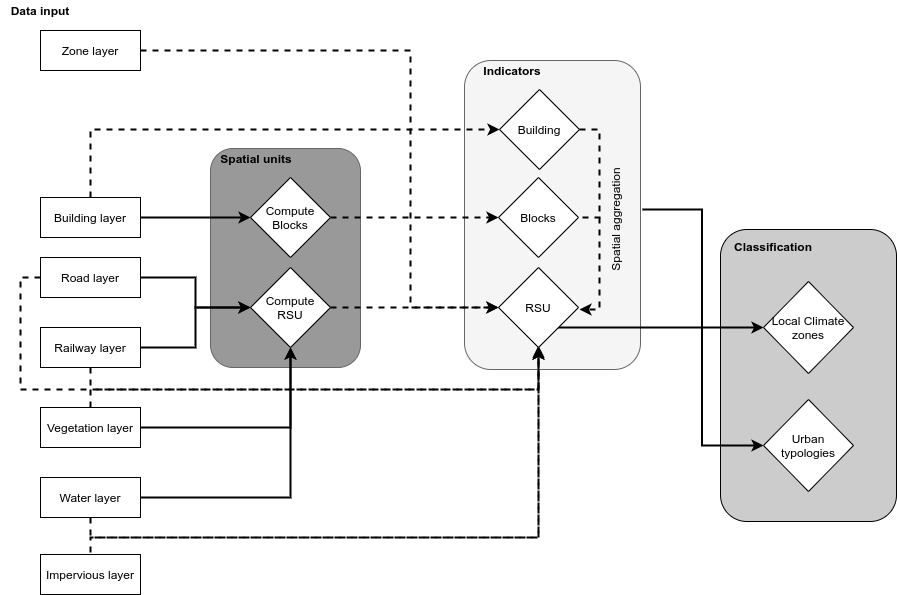
Before: docs/resources/images/geoclimate_processing_steps.png, a diagram exported from draw.io (orbisgis/geoclimate). Source tidied: cells renumbered, new cells last; positions are measured from the earlier drawing's top-left corner, leaving out a move shared by most shapes.
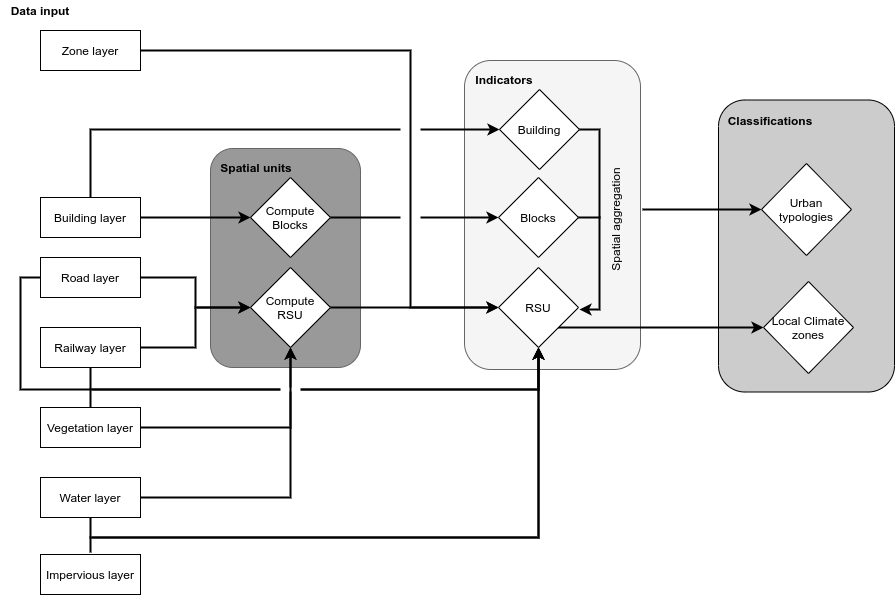
The same diagram one commit later.

Diff of the diagram source:
```diff
@@ -3,7 +3,7 @@
     <mxCell id="0" />
     <mxCell id="1" parent="0" />
     <mxCell id="2" style="rounded=1;whiteSpace=wrap;html=1;fillColor=#CCCCCC;" parent="1" vertex="1">
-      <mxGeometry x="720" y="229" width="176" height="292" as="geometry" />
+      <mxGeometry x="718" y="99.5" width="176" height="292" as="geometry" />
     </mxCell>
     <mxCell id="3" style="rounded=1;whiteSpace=wrap;html=1;fillColor=#f5f5f5;strokeColor=#666666;fontColor=#333333;" parent="1" vertex="1">
       <mxGeometry x="464" y="60" width="176" height="309" as="geometry" />
@@ -11,13 +11,13 @@
     <mxCell id="4" style="rounded=1;whiteSpace=wrap;html=1;strokeColor=#666666;fontColor=#333333;fillColor=#999999;" parent="1" vertex="1">
       <mxGeometry x="210" y="148" width="150" height="219" as="geometry" />
     </mxCell>
-    <mxCell id="5" style="edgeStyle=orthogonalEdgeStyle;rounded=0;jettySize=auto;html=1;exitX=1;exitY=0.5;exitDx=0;exitDy=0;strokeWidth=2;dashed=1;" parent="1" edge="1" source="6" target="30">
+    <mxCell id="5" style="edgeStyle=orthogonalEdgeStyle;rounded=0;jettySize=auto;html=1;exitX=1;exitY=0.5;exitDx=0;exitDy=0;strokeWidth=2;" parent="1" edge="1" source="6" target="30">
       <mxGeometry relative="1" as="geometry" />
     </mxCell>
     <mxCell id="6" value="Compute&lt;br&gt;Blocks" style="rhombus;whiteSpace=wrap;html=1;" parent="1" vertex="1">
       <mxGeometry x="250" y="177" width="80" height="80" as="geometry" />
     </mxCell>
-    <mxCell id="7" style="edgeStyle=orthogonalEdgeStyle;rounded=0;jettySize=auto;html=1;exitX=1;exitY=0.5;exitDx=0;exitDy=0;dashed=1;strokeWidth=2;" parent="1" edge="1" source="8" target="33">
+    <mxCell id="7" style="edgeStyle=orthogonalEdgeStyle;rounded=0;jettySize=auto;html=1;exitX=1;exitY=0.5;exitDx=0;exitDy=0;strokeWidth=2;" parent="1" edge="1" source="8" target="33">
       <mxGeometry relative="1" as="geometry" />
     </mxCell>
     <mxCell id="8" value="Compute&lt;br&gt;RSU" style="rhombus;whiteSpace=wrap;html=1;" parent="1" vertex="1">
@@ -26,7 +26,7 @@
     <mxCell id="9" style="edgeStyle=none;rounded=0;jettySize=auto;html=1;exitX=1;exitY=0.5;exitDx=0;exitDy=0;entryX=0;entryY=0.5;entryDx=0;entryDy=0;strokeWidth=2;" parent="1" edge="1" source="11" target="6">
       <mxGeometry relative="1" as="geometry" />
     </mxCell>
-    <mxCell id="10" style="edgeStyle=orthogonalEdgeStyle;rounded=0;jettySize=auto;html=1;exitX=0.5;exitY=0;exitDx=0;exitDy=0;entryX=0;entryY=0.5;entryDx=0;entryDy=0;fillColor=#f5f5f5;strokeWidth=2;dashed=1;" parent="1" edge="1" source="11" target="27">
+    <mxCell id="10" style="edgeStyle=orthogonalEdgeStyle;rounded=0;jettySize=auto;html=1;exitX=0.5;exitY=0;exitDx=0;exitDy=0;entryX=0;entryY=0.5;entryDx=0;entryDy=0;fillColor=#f5f5f5;strokeWidth=2;" parent="1" edge="1" source="11" target="27">
       <mxGeometry relative="1" as="geometry" />
     </mxCell>
     <mxCell id="11" value="Building layer" style="rounded=0;whiteSpace=wrap;html=1;" parent="1" vertex="1">
@@ -35,7 +35,7 @@
     <mxCell id="12" style="edgeStyle=orthogonalEdgeStyle;rounded=0;jettySize=auto;html=1;exitX=1;exitY=0.5;exitDx=0;exitDy=0;strokeWidth=2;" parent="1" edge="1" source="14" target="8">
       <mxGeometry relative="1" as="geometry" />
     </mxCell>
-    <mxCell id="13" style="edgeStyle=orthogonalEdgeStyle;rounded=0;jettySize=auto;html=1;exitX=0;exitY=0.5;exitDx=0;exitDy=0;entryX=0.5;entryY=1;entryDx=0;entryDy=0;strokeWidth=2;fillColor=#f5f5f5;dashed=1;" parent="1" edge="1" source="14" target="33">
+    <mxCell id="13" style="edgeStyle=orthogonalEdgeStyle;rounded=0;jettySize=auto;html=1;exitX=0;exitY=0.5;exitDx=0;exitDy=0;entryX=0.5;entryY=1;entryDx=0;entryDy=0;strokeWidth=2;fillColor=#f5f5f5;" parent="1" edge="1" source="14" target="33">
       <mxGeometry relative="1" as="geometry">
         <Array as="points">
           <mxPoint x="20" y="277" />
@@ -50,7 +50,7 @@
     <mxCell id="15" style="edgeStyle=orthogonalEdgeStyle;rounded=0;jettySize=auto;html=1;exitX=1;exitY=0.5;exitDx=0;exitDy=0;strokeWidth=2;" parent="1" edge="1" source="17" target="8">
       <mxGeometry relative="1" as="geometry" />
     </mxCell>
-    <mxCell id="16" style="edgeStyle=none;rounded=0;jettySize=auto;html=1;exitX=0.5;exitY=1;exitDx=0;exitDy=0;dashed=1;strokeColor=#000000;strokeWidth=2;startArrow=none;startFill=0;endArrow=none;endFill=0;" parent="1" edge="1" source="17">
+    <mxCell id="16" style="edgeStyle=none;rounded=0;jettySize=auto;html=1;exitX=0.5;exitY=1;exitDx=0;exitDy=0;strokeColor=#000000;strokeWidth=2;startArrow=none;startFill=0;endArrow=none;endFill=0;" parent="1" edge="1" source="17">
       <mxGeometry relative="1" as="geometry">
         <mxPoint x="90" y="389" as="targetPoint" />
       </mxGeometry>
@@ -61,10 +61,9 @@
     <mxCell id="18" style="edgeStyle=orthogonalEdgeStyle;rounded=0;jettySize=auto;html=1;exitX=1;exitY=0.5;exitDx=0;exitDy=0;entryX=0.5;entryY=1;entryDx=0;entryDy=0;strokeWidth=2;" parent="1" edge="1" source="20" target="8">
       <mxGeometry relative="1" as="geometry" />
     </mxCell>
-    <mxCell id="19" style="edgeStyle=orthogonalEdgeStyle;rounded=0;orthogonalLoop=1;jettySize=auto;html=1;exitX=0.5;exitY=0;exitDx=0;exitDy=0;dashed=1;strokeColor=#000000;strokeWidth=2;" parent="1" edge="1">
+    <mxCell id="19" style="edgeStyle=orthogonalEdgeStyle;rounded=0;jettySize=auto;html=1;exitX=0.5;exitY=0;exitDx=0;exitDy=0;strokeColor=#000000;strokeWidth=2;entryX=0.5;entryY=1;entryDx=0;entryDy=0;" parent="1" edge="1" target="33">
       <mxGeometry relative="1" as="geometry">
         <mxPoint x="90" y="407" as="sourcePoint" />
-        <mxPoint x="538" y="347" as="targetPoint" />
         <Array as="points">
           <mxPoint x="90" y="389" />
           <mxPoint x="538" y="389" />
@@ -74,24 +73,15 @@
     <mxCell id="20" value="Vegetation layer" style="rounded=0;whiteSpace=wrap;html=1;" parent="1" vertex="1">
       <mxGeometry x="40" y="407" width="100" height="40" as="geometry" />
     </mxCell>
-    <mxCell id="21" style="edgeStyle=orthogonalEdgeStyle;rounded=0;jettySize=auto;html=1;exitX=1;exitY=0.5;exitDx=0;exitDy=0;strokeWidth=2;" parent="1" edge="1" source="23">
-      <mxGeometry relative="1" as="geometry">
-        <mxPoint x="290" y="347" as="targetPoint" />
-        <Array as="points">
-          <mxPoint x="290" y="497" />
-        </Array>
-      </mxGeometry>
-    </mxCell>
-    <mxCell id="22" style="edgeStyle=orthogonalEdgeStyle;rounded=0;jettySize=auto;html=1;exitX=0.5;exitY=1;exitDx=0;exitDy=0;entryX=0.5;entryY=1;entryDx=0;entryDy=0;dashed=1;strokeColor=#000000;strokeWidth=2;" parent="1" edge="1" source="23" target="33">
+    <mxCell id="22" style="edgeStyle=orthogonalEdgeStyle;rounded=0;jettySize=auto;html=1;exitX=0.5;exitY=1;exitDx=0;exitDy=0;entryX=0.5;entryY=1;entryDx=0;entryDy=0;strokeColor=#000000;strokeWidth=2;" parent="1" edge="1" source="23" target="33">
       <mxGeometry relative="1" as="geometry" />
     </mxCell>
     <mxCell id="23" value="Water layer" style="rounded=0;whiteSpace=wrap;html=1;" parent="1" vertex="1">
       <mxGeometry x="40" y="477" width="100" height="40" as="geometry" />
     </mxCell>
-    <mxCell id="24" style="edgeStyle=orthogonalEdgeStyle;rounded=0;orthogonalLoop=1;jettySize=auto;html=1;exitX=0.5;exitY=0;exitDx=0;exitDy=0;entryX=0.5;entryY=1;entryDx=0;entryDy=0;dashed=1;strokeColor=#000000;strokeWidth=2;" parent="1" edge="1">
+    <mxCell id="24" style="edgeStyle=orthogonalEdgeStyle;rounded=0;jettySize=auto;html=1;exitX=0.5;exitY=0;exitDx=0;exitDy=0;entryX=0.5;entryY=1;entryDx=0;entryDy=0;strokeColor=#000000;strokeWidth=2;" parent="1" edge="1" target="33">
       <mxGeometry relative="1" as="geometry">
         <mxPoint x="90" y="552" as="sourcePoint" />
-        <mxPoint x="538" y="345" as="targetPoint" />
         <Array as="points">
           <mxPoint x="90" y="537" />
           <mxPoint x="538" y="537" />
@@ -101,7 +91,7 @@
     <mxCell id="25" value="Impervious layer" style="rounded=0;whiteSpace=wrap;html=1;" parent="1" vertex="1">
       <mxGeometry x="40" y="554" width="100" height="40" as="geometry" />
     </mxCell>
-    <mxCell id="26" style="edgeStyle=orthogonalEdgeStyle;rounded=0;jettySize=auto;html=1;exitX=1;exitY=0.5;exitDx=0;exitDy=0;strokeColor=#000000;strokeWidth=2;dashed=1;" parent="1" edge="1" source="27">
+    <mxCell id="26" style="edgeStyle=orthogonalEdgeStyle;rounded=0;jettySize=auto;html=1;exitX=1;exitY=0.5;exitDx=0;exitDy=0;strokeColor=#000000;strokeWidth=2;" parent="1" edge="1" source="27">
       <mxGeometry relative="1" as="geometry">
         <mxPoint x="579" y="309" as="targetPoint" />
         <Array as="points">
@@ -114,10 +104,10 @@
       <mxGeometry x="499" y="89" width="80" height="80" as="geometry" />
     </mxCell>
     <mxCell id="28" value="&lt;b&gt;Spatial units&lt;/b&gt;" style="text;html=1;strokeColor=none;fillColor=none;align=center;verticalAlign=middle;whiteSpace=wrap;rounded=0;" parent="1" vertex="1">
-      <mxGeometry x="216" y="148" width="80" height="20" as="geometry" />
+      <mxGeometry x="216" y="157" width="80" height="20" as="geometry" />
     </mxCell>
     <mxCell id="29" value="&lt;b&gt;Indicators&lt;/b&gt;" style="text;html=1;strokeColor=none;fillColor=none;align=center;verticalAlign=middle;whiteSpace=wrap;rounded=0;" parent="1" vertex="1">
-      <mxGeometry x="472" y="60" width="80" height="20" as="geometry" />
+      <mxGeometry x="464" y="69" width="80" height="20" as="geometry" />
     </mxCell>
     <mxCell id="30" value="Blocks" style="rhombus;whiteSpace=wrap;html=1;" parent="1" vertex="1">
       <mxGeometry x="498" y="177" width="80" height="80" as="geometry" />
@@ -131,7 +121,7 @@
     <mxCell id="33" value="RSU" style="rhombus;whiteSpace=wrap;html=1;" parent="1" vertex="1">
       <mxGeometry x="498" y="267" width="80" height="80" as="geometry" />
     </mxCell>
-    <mxCell id="34" style="edgeStyle=none;rounded=0;jettySize=auto;html=1;entryX=1;entryY=0.5;entryDx=0;entryDy=0;dashed=1;startArrow=none;startFill=0;endArrow=none;endFill=0;strokeColor=#000000;strokeWidth=2;" parent="1" edge="1" target="30">
+    <mxCell id="34" style="edgeStyle=none;rounded=0;jettySize=auto;html=1;entryX=1;entryY=0.5;entryDx=0;entryDy=0;startArrow=none;startFill=0;endArrow=none;endFill=0;strokeColor=#000000;strokeWidth=2;" parent="1" edge="1" target="30">
       <mxGeometry relative="1" as="geometry">
         <mxPoint x="600" y="217" as="sourcePoint" />
       </mxGeometry>
@@ -143,24 +133,92 @@
       <mxGeometry x="763" y="281" width="90" height="92" as="geometry" />
     </mxCell>
     <mxCell id="37" value="&lt;font style=&quot;font-size: 12px&quot;&gt;Urban&lt;br&gt;typologies&lt;br&gt;&lt;/font&gt;" style="rhombus;whiteSpace=wrap;html=1;" parent="1" vertex="1">
-      <mxGeometry x="763" y="399" width="90" height="92" as="geometry" />
+      <mxGeometry x="761" y="163" width="90" height="92" as="geometry" />
     </mxCell>
-    <mxCell id="38" value="&lt;b&gt;Classification&lt;/b&gt;" style="text;html=1;strokeColor=none;fillColor=none;align=center;verticalAlign=middle;whiteSpace=wrap;rounded=0;" parent="1" vertex="1">
-      <mxGeometry x="733" y="235.5" width="80" height="20" as="geometry" />
+    <mxCell id="38" value="&lt;b&gt;Classifications&lt;/b&gt;" style="text;html=1;strokeColor=none;fillColor=none;align=center;verticalAlign=middle;whiteSpace=wrap;rounded=0;" parent="1" vertex="1">
+      <mxGeometry x="730" y="110" width="80" height="20" as="geometry" />
     </mxCell>
-    <mxCell id="39" style="edgeStyle=orthogonalEdgeStyle;rounded=0;jettySize=auto;html=1;exitX=1;exitY=0.5;exitDx=0;exitDy=0;entryX=0;entryY=0.5;entryDx=0;entryDy=0;startArrow=none;startFill=0;endArrow=classic;endFill=1;strokeColor=#000000;strokeWidth=2;dashed=1;" parent="1" edge="1" source="40" target="33">
-      <mxGeometry relative="1" as="geometry">
-        <Array as="points">
-          <mxPoint x="410" y="50" />
-          <mxPoint x="410" y="307" />
-        </Array>
-      </mxGeometry>
-    </mxCell>
     <mxCell id="40" value="Zone layer" style="rounded=0;whiteSpace=wrap;html=1;" parent="1" vertex="1">
       <mxGeometry x="40" y="30" width="100" height="40" as="geometry" />
     </mxCell>
     <mxCell id="41" value="&lt;b&gt;Data input&lt;/b&gt;" style="text;html=1;strokeColor=none;fillColor=none;align=center;verticalAlign=middle;whiteSpace=wrap;rounded=0;" parent="1" vertex="1">
       <mxGeometry width="80" height="20" as="geometry" />
     </mxCell>
+    <mxCell id="42" style="endArrow=none;html=1;strokeWidth=4;fillColor=#f8cecc;strokeColor=#FFFFFF;" parent="1" edge="1">
+      <mxGeometry relative="1" as="geometry">
+        <mxPoint x="400" y="129" as="sourcePoint" />
+        <mxPoint x="410" y="129" as="targetPoint" />
+        <Array as="points">
+          <mxPoint x="400" y="129" />
+          <mxPoint x="410" y="129" />
+        </Array>
+      </mxGeometry>
+    </mxCell>
+    <mxCell id="43" style="endArrow=none;html=1;strokeWidth=4;fillColor=#f8cecc;strokeColor=#FFFFFF;" parent="1" edge="1">
+      <mxGeometry relative="1" as="geometry">
+        <mxPoint x="410" y="129" as="sourcePoint" />
+        <mxPoint x="420" y="129" as="targetPoint" />
+        <Array as="points">
+          <mxPoint x="410" y="129" />
+          <mxPoint x="420" y="129" />
+        </Array>
+      </mxGeometry>
+    </mxCell>
+    <mxCell id="44" style="endArrow=none;html=1;strokeWidth=4;fillColor=#f8cecc;strokeColor=#FFFFFF;" parent="1" edge="1">
+      <mxGeometry relative="1" as="geometry">
+        <mxPoint x="400" y="216.9" as="sourcePoint" />
+        <mxPoint x="410" y="216.9" as="targetPoint" />
+        <Array as="points">
+          <mxPoint x="400" y="216.9" />
+          <mxPoint x="410" y="216.9" />
+        </Array>
+      </mxGeometry>
+    </mxCell>
+    <mxCell id="45" style="endArrow=none;html=1;strokeWidth=4;fillColor=#f8cecc;strokeColor=#FFFFFF;" parent="1" edge="1">
+      <mxGeometry relative="1" as="geometry">
+        <mxPoint x="410" y="216.9" as="sourcePoint" />
+        <mxPoint x="420" y="216.9" as="targetPoint" />
+        <Array as="points">
+          <mxPoint x="410" y="216.9" />
+          <mxPoint x="420" y="216.9" />
+        </Array>
+      </mxGeometry>
+    </mxCell>
+    <mxCell id="39" style="edgeStyle=orthogonalEdgeStyle;rounded=0;jettySize=auto;html=1;exitX=1;exitY=0.5;exitDx=0;exitDy=0;entryX=0;entryY=0.5;entryDx=0;entryDy=0;startArrow=none;startFill=0;endArrow=classic;endFill=1;strokeColor=#000000;strokeWidth=2;" parent="1" edge="1" source="40" target="33">
+      <mxGeometry relative="1" as="geometry">
+        <Array as="points">
+          <mxPoint x="410" y="50" />
+          <mxPoint x="410" y="307" />
+        </Array>
+      </mxGeometry>
+    </mxCell>
+    <mxCell id="46" style="endArrow=none;html=1;strokeWidth=4;fillColor=#f8cecc;strokeColor=#FFFFFF;" parent="1" edge="1">
+      <mxGeometry relative="1" as="geometry">
+        <mxPoint x="280" y="389" as="sourcePoint" />
+        <mxPoint x="290" y="389" as="targetPoint" />
+        <Array as="points">
+          <mxPoint x="280" y="389" />
+          <mxPoint x="290" y="389" />
+        </Array>
+      </mxGeometry>
+    </mxCell>
+    <mxCell id="47" style="endArrow=none;html=1;strokeWidth=4;fillColor=#f8cecc;strokeColor=#FFFFFF;" parent="1" edge="1">
+      <mxGeometry relative="1" as="geometry">
+        <mxPoint x="290" y="389" as="sourcePoint" />
+        <mxPoint x="300" y="389" as="targetPoint" />
+        <Array as="points">
+          <mxPoint x="290" y="389" />
+          <mxPoint x="300" y="389" />
+        </Array>
+      </mxGeometry>
+    </mxCell>
+    <mxCell id="21" style="edgeStyle=orthogonalEdgeStyle;rounded=0;jettySize=auto;html=1;exitX=1;exitY=0.5;exitDx=0;exitDy=0;strokeWidth=2;" parent="1" edge="1" source="23">
+      <mxGeometry relative="1" as="geometry">
+        <mxPoint x="290" y="347" as="targetPoint" />
+        <Array as="points">
+          <mxPoint x="290" y="497" />
+        </Array>
+      </mxGeometry>
+    </mxCell>
   </root>
 </mxGraphModel>
```
